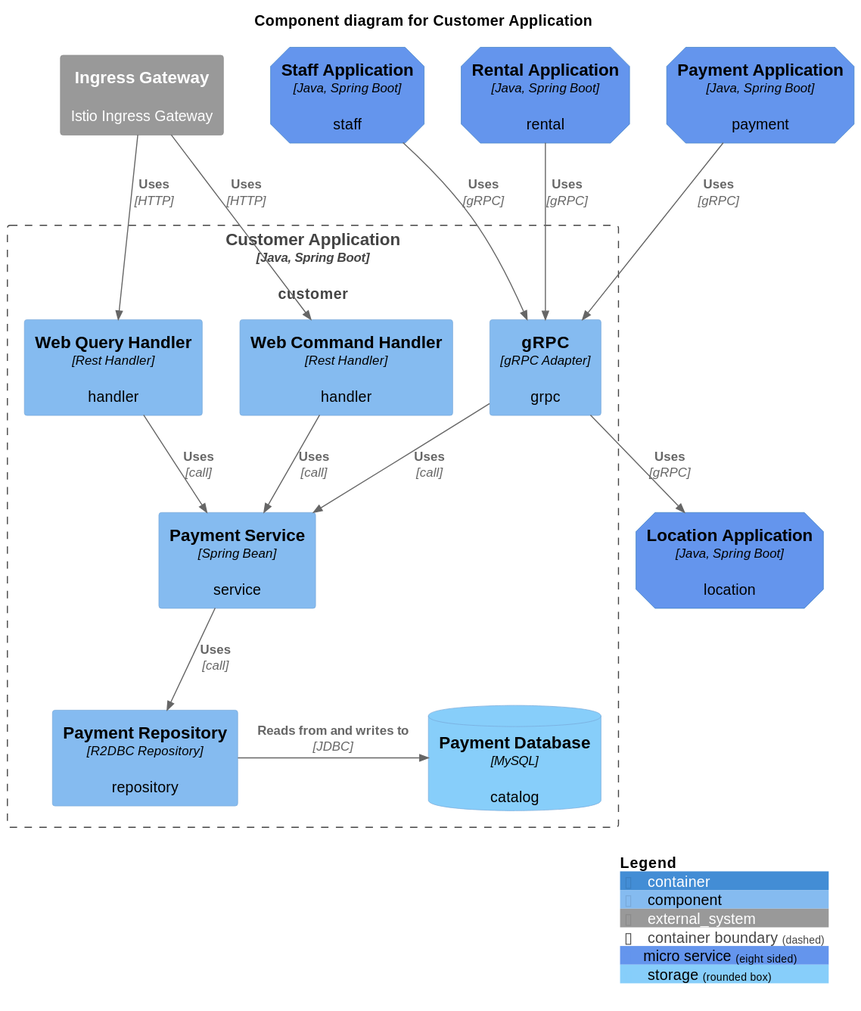
Before: diagram/component/customer-application.svg, a diagram exported from PlantUML (codejsha/sakila-microservices).
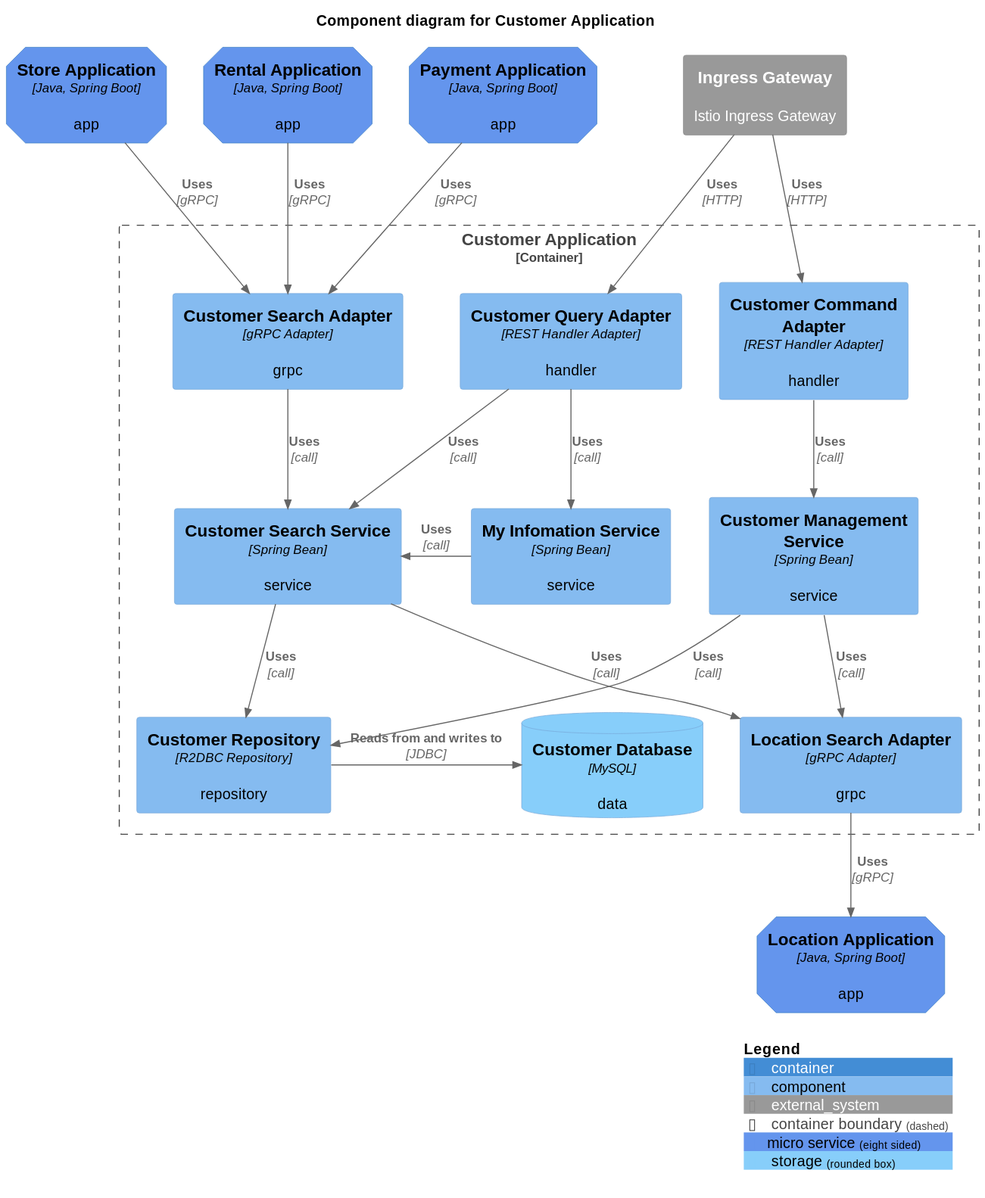
After the commit.

Change to the diagram source:
```diff
@@ -6,34 +6,47 @@
 
 title Component diagram for Customer Application
 
-Container(customer_app, "Customer Application", "Java, Spring Boot", "customer", $tags = "micro_service")
-Container(rental_app, "Rental Application", "Java, Spring Boot", "rental", $tags = "micro_service")
-Container(payment_app, "Payment Application", "Java, Spring Boot", "payment", $tags = "micro_service")
-Container(staff_app, "Staff Application", "Java, Spring Boot", "staff", $tags = "micro_service")
-Container(location_app, "Location Application", "Java, Spring Boot", "location", $tags = "micro_service")
+Container(rental_app, "Rental Application", "Java, Spring Boot", "app", $tags = "micro_service")
+Container(payment_app, "Payment Application", "Java, Spring Boot", "app", $tags = "micro_service")
+Container(store_app, "Store Application", "Java, Spring Boot", "app", $tags = "micro_service")
 System_Ext(ingress_gateway, "Ingress Gateway", "Istio Ingress Gateway")
 
+Container(location_app, "Location Application", "Java, Spring Boot", "app", $tags = "micro_service")
+
 Container_Boundary(customer_app, "Customer Application") {
-    Component(command_handler, "Web Command Handler", "Rest Handler", "handler")
-    Component(query_handler, "Web Query Handler", "Rest Handler", "handler")
-    Component(grpc, "gRPC", "gRPC Adapter", "grpc")
-    Component(payment_service, "Payment Service", "Spring Bean", "service")
-    Component(payment_repository, "Payment Repository", "R2DBC Repository", "repository")
-    ComponentDb(payment_db, "Payment Database", "MySQL", "catalog", $tags = "storage")
+    Component(command_adapter, "Customer Command Adapter", "REST Handler Adapter", "handler")
+    Component(query_adapter, "Customer Query Adapter", "REST Handler Adapter", "handler")
+    Component(customer_search_adapter, "Customer Search Adapter", "gRPC Adapter", "grpc")
+    Component(location_search_adapter, "Location Search Adapter", "gRPC Adapter", "grpc")
 
-    Rel(command_handler, payment_service, "Uses", "call")
-    Rel(query_handler, payment_service, "Uses", "call")
-    Rel(payment_service, payment_repository, "Uses", "call")
-    Rel(grpc, payment_service, "Uses", "call")
-    Rel_R(payment_repository, payment_db, "Reads from and writes to", "JDBC")
+    Component(customer_mgmt_service, "Customer Management Service", "Spring Bean", "service")
+    Component(customer_search_service, "Customer Search Service", "Spring Bean", "service")
+    Component(my_infomation_service, "My Infomation Service", "Spring Bean", "service")
+
+    Component(customer_repository, "Customer Repository", "R2DBC Repository", "repository")
+    ComponentDb(customer_db, "Customer Database", "MySQL", "data", $tags = "storage")
+
+    Rel(command_adapter, customer_mgmt_service, "Uses", "call")
+    Rel(query_adapter, customer_search_service, "Uses", "call")
+    Rel(query_adapter, my_infomation_service, "Uses", "call")
+    Rel(customer_search_adapter, customer_search_service, "Uses", "call")
+
+    Rel(customer_mgmt_service, customer_repository, "Uses", "call")
+    Rel(customer_mgmt_service, location_search_adapter, "Uses", "call")
+    Rel(customer_search_service, customer_repository, "Uses", "call")
+    Rel(customer_search_service, location_search_adapter, "Uses", "call")
+    Rel_R(my_infomation_service, customer_search_service, "Uses", "call")
+
+    Rel_R(customer_repository, customer_db, "Reads from and writes to", "JDBC")
 }
 
-Rel(rental_app, grpc, "Uses", "gRPC")
-Rel(payment_app, grpc, "Uses", "gRPC")
-Rel(staff_app, grpc, "Uses", "gRPC")
-Rel(grpc, location_app, "Uses", "gRPC")
-Rel(ingress_gateway, command_handler, "Uses", "HTTP")
-Rel(ingress_gateway, query_handler, "Uses", "HTTP")
+Rel(rental_app, customer_search_adapter, "Uses", "gRPC")
+Rel(payment_app, customer_search_adapter, "Uses", "gRPC")
+Rel(store_app, customer_search_adapter, "Uses", "gRPC")
+Rel(ingress_gateway, command_adapter, "Uses", "HTTP")
+Rel(ingress_gateway, query_adapter, "Uses", "HTTP")
+
+Rel(location_search_adapter, location_app, "Uses", "gRPC")
 
 SHOW_LEGEND()
 @enduml
```
